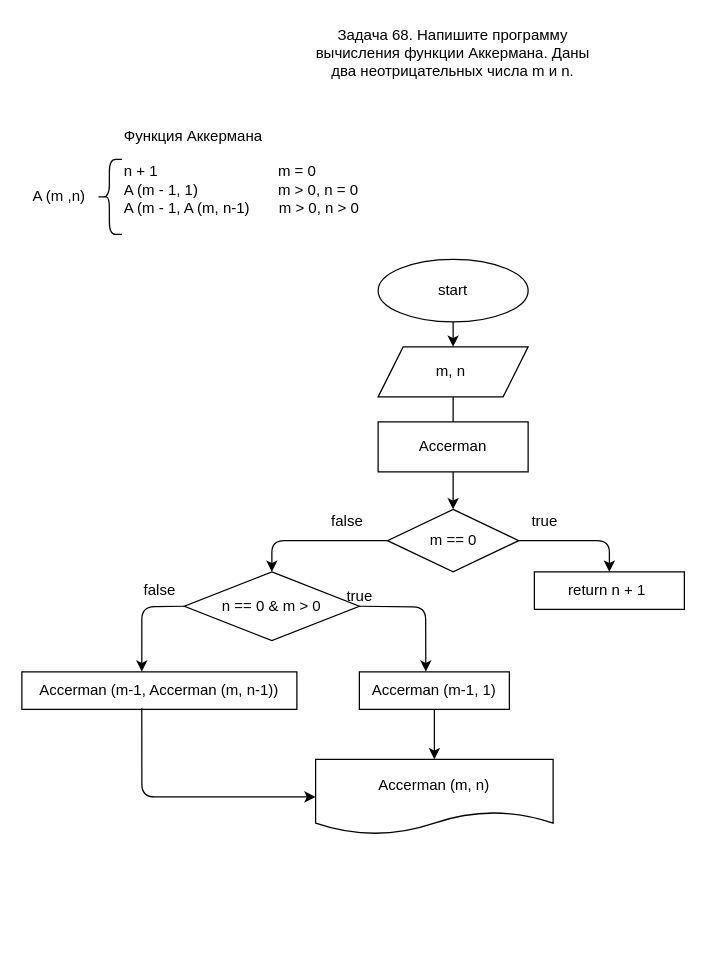
Above: ex68/diag68.drawio in RomanenkoElena/Homework9 (draw.io), before the change. Source tidied: cells renumbered, new cells numbered last; positions are measured from the earlier drawing's top-left corner, leaving out a move shared by most shapes. Both pictures are drawn from the tidied source at 125%, with x=0, y=0 at pixel (21, 21).
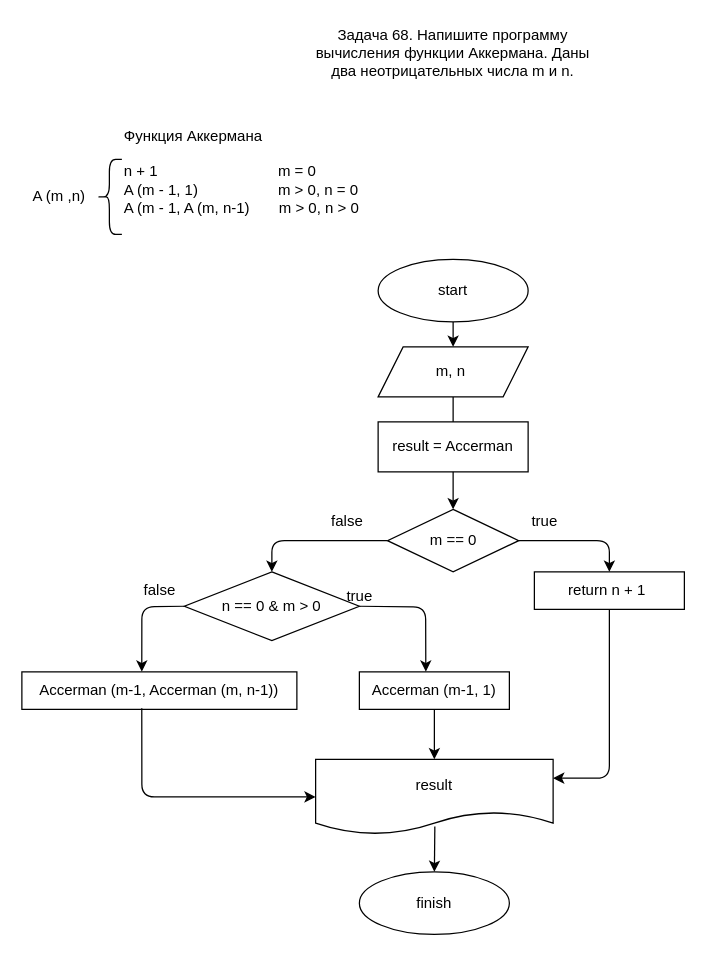
The same page after the edit.

Unchanged cells that the change refers to:
```xml
<mxCell id="11" value="return n + 1&amp;nbsp;" style="rounded=0;whiteSpace=wrap;html=1;" parent="1" vertex="1">
  <mxGeometry x="410" y="440" width="120" height="30" as="geometry" />
</mxCell>
```

Change to the diagram source:
```diff
@@
-    <mxCell id="13" value="Accerman" style="rounded=0;whiteSpace=wrap;html=1;" parent="1" vertex="1">
+    <mxCell id="13" value="result = Accerman" style="rounded=0;whiteSpace=wrap;html=1;" parent="1" vertex="1">
       <mxGeometry x="285" y="320" width="120" height="40" as="geometry" />
     </mxCell>
@@
-    <mxCell id="24" value="Accerman (m, n)" style="shape=document;whiteSpace=wrap;html=1;boundedLbl=1;" parent="1" vertex="1">
+    <mxCell id="24" value="result" style="shape=document;whiteSpace=wrap;html=1;boundedLbl=1;" parent="1" vertex="1">
       <mxGeometry x="235" y="590" width="190" height="60" as="geometry" />
     </mxCell>
@@
+    <mxCell id="27" style="endArrow=classic;html=1;entryX=1;entryY=0.25;entryDx=0;entryDy=0;exitX=0.5;exitY=1;exitDx=0;exitDy=0;" parent="1" edge="1" source="11" target="24">
+      <mxGeometry relative="1" as="geometry">
+        <Array as="points">
+          <mxPoint x="470" y="605" />
+        </Array>
+      </mxGeometry>
+    </mxCell>
+    <mxCell id="28" value="finish" style="ellipse;whiteSpace=wrap;html=1;" parent="1" vertex="1">
+      <mxGeometry x="270" y="680" width="120" height="50" as="geometry" />
+    </mxCell>
+    <mxCell id="29" style="endArrow=classic;html=1;entryX=0.5;entryY=0;entryDx=0;entryDy=0;exitX=0.502;exitY=0.894;exitDx=0;exitDy=0;exitPerimeter=0;" parent="1" edge="1" source="24" target="28">
+      <mxGeometry relative="1" as="geometry" />
+    </mxCell>
```
